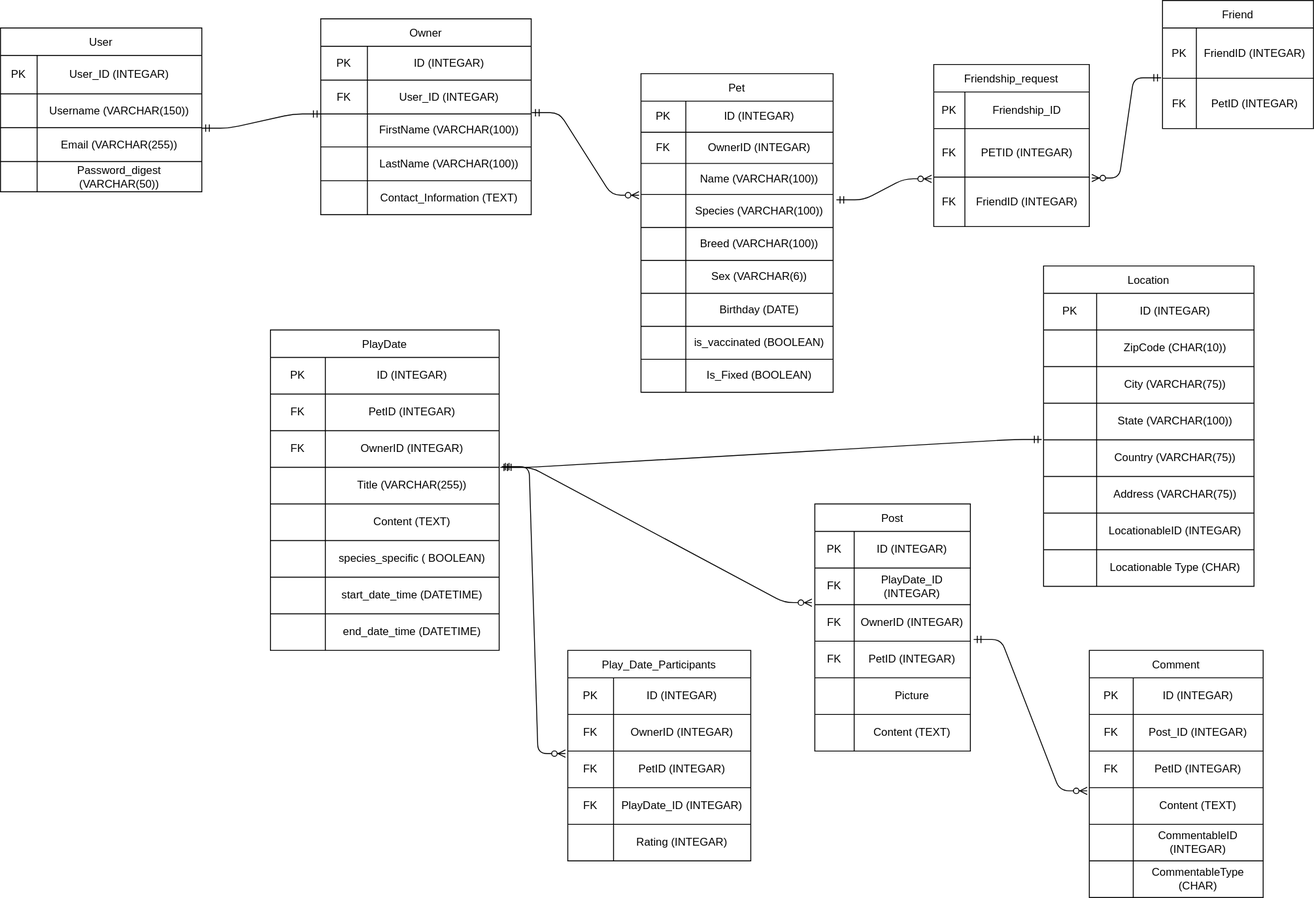
The draw.io diagram project.drawio.svg in Topaz712/pet_project_erd, before a commit. Source tidied: cells renumbered, new cells last; positions are measured from the earlier drawing's top-left corner, leaving out a move shared by most shapes.
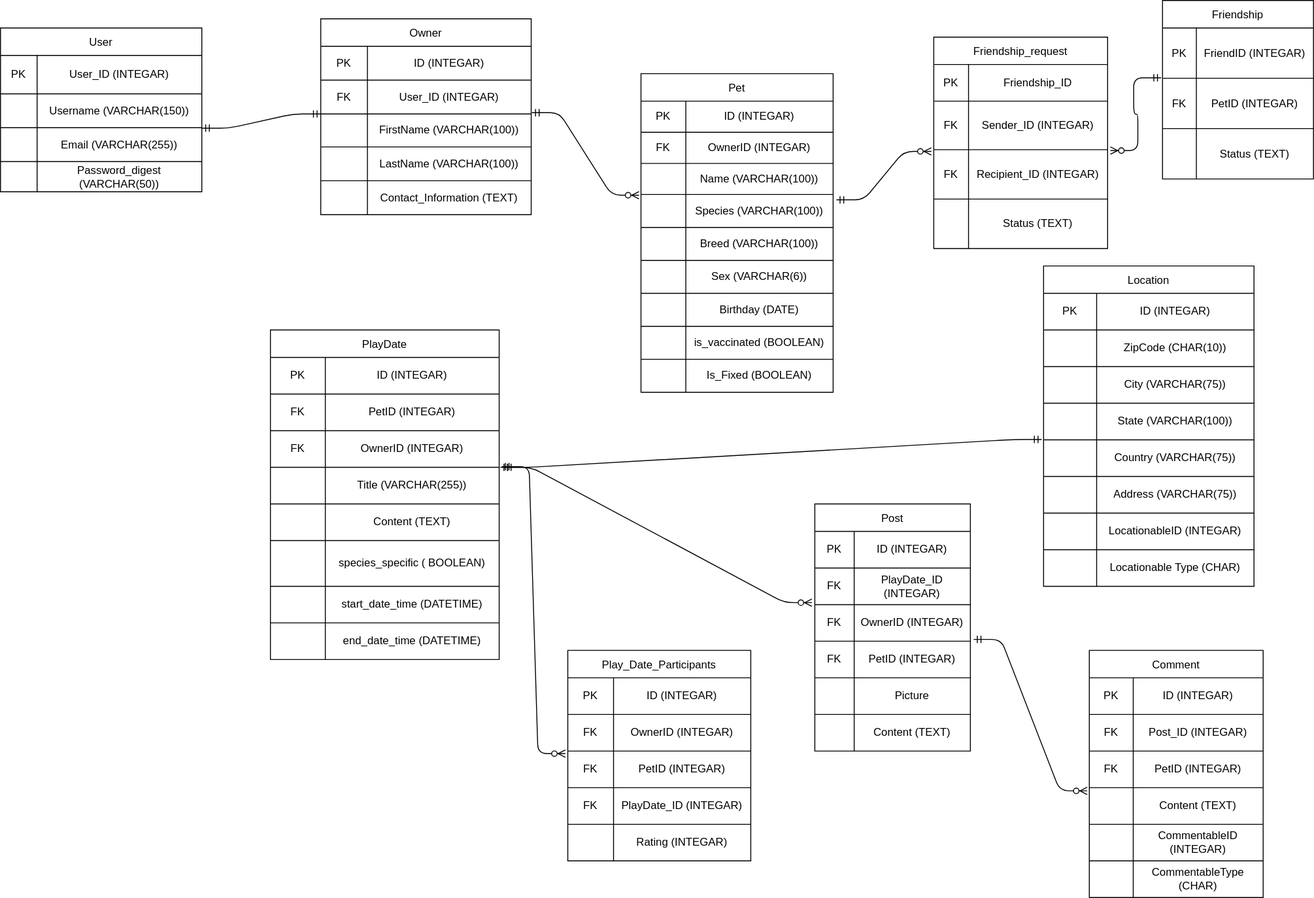
The same file after the commit.

Commit message:
UPDATE: friendship_request and friendship table

What changed in the source:
```diff
@@ -297,7 +297,7 @@
       <mxGeometry x="43" width="127" height="40" as="geometry" />
     </mxCell>
     <mxCell id="100" value="PlayDate" style="shape=table;startSize=30;" parent="1" vertex="1">
-      <mxGeometry x="295" y="360" width="250" height="350" as="geometry" />
+      <mxGeometry x="295" y="360" width="250" height="360" as="geometry" />
     </mxCell>
     <mxCell id="101" style="shape=tableRow;horizontal=0;startSize=0;swimlaneHead=0;swimlaneBody=0;top=0;left=0;bottom=0;right=0;fillColor=none;" parent="100" vertex="1">
       <mxGeometry y="30" width="250" height="40" as="geometry" />
@@ -345,16 +345,16 @@
       <mxGeometry x="60" width="190" height="40" as="geometry" />
     </mxCell>
     <mxCell id="116" style="shape=tableRow;horizontal=0;startSize=0;swimlaneHead=0;swimlaneBody=0;top=0;left=0;bottom=0;right=0;fillColor=none;" parent="100" vertex="1">
-      <mxGeometry y="230" width="250" height="40" as="geometry" />
+      <mxGeometry y="230" width="250" height="50" as="geometry" />
     </mxCell>
     <mxCell id="117" style="shape=partialRectangle;html=1;whiteSpace=wrap;overflow=hidden;fillColor=none;top=0;left=0;bottom=0;right=0;" parent="116" vertex="1">
-      <mxGeometry width="60" height="40" as="geometry" />
+      <mxGeometry width="60" height="50" as="geometry" />
     </mxCell>
     <mxCell id="118" value="species_specific ( BOOLEAN)" style="shape=partialRectangle;html=1;whiteSpace=wrap;overflow=hidden;fillColor=none;top=0;left=0;bottom=0;right=0;" parent="116" vertex="1">
-      <mxGeometry x="60" width="190" height="40" as="geometry" />
+      <mxGeometry x="60" width="190" height="50" as="geometry" />
     </mxCell>
     <mxCell id="119" style="shape=tableRow;horizontal=0;startSize=0;swimlaneHead=0;swimlaneBody=0;top=0;left=0;bottom=0;right=0;fillColor=none;" parent="100" vertex="1">
-      <mxGeometry y="270" width="250" height="40" as="geometry" />
+      <mxGeometry y="280" width="250" height="40" as="geometry" />
     </mxCell>
     <mxCell id="120" style="shape=partialRectangle;html=1;whiteSpace=wrap;overflow=hidden;fillColor=none;top=0;left=0;bottom=0;right=0;" parent="119" vertex="1">
       <mxGeometry width="60" height="40" as="geometry" />
@@ -363,7 +363,7 @@
       <mxGeometry x="60" width="190" height="40" as="geometry" />
     </mxCell>
     <mxCell id="122" style="shape=tableRow;horizontal=0;startSize=0;swimlaneHead=0;swimlaneBody=0;top=0;left=0;bottom=0;right=0;fillColor=none;" parent="100" vertex="1">
-      <mxGeometry y="310" width="250" height="40" as="geometry" />
+      <mxGeometry y="320" width="250" height="40" as="geometry" />
     </mxCell>
     <mxCell id="123" style="shape=partialRectangle;html=1;whiteSpace=wrap;overflow=hidden;fillColor=none;top=0;left=0;bottom=0;right=0;" parent="122" vertex="1">
       <mxGeometry width="60" height="40" as="geometry" />
@@ -458,8 +458,8 @@
     <mxCell id="153" style="edgeStyle=entityRelationEdgeStyle;fontSize=12;html=1;endArrow=ERmandOne;startArrow=ERmandOne;entryX=-0.009;entryY=-0.01;entryDx=0;entryDy=0;entryPerimeter=0;exitX=1.005;exitY=0.003;exitDx=0;exitDy=0;exitPerimeter=0;" parent="1" edge="1" source="110" target="138">
       <mxGeometry relative="1" as="geometry" />
     </mxCell>
-    <mxCell id="154" value="Friend" style="shape=table;startSize=30;" parent="1" vertex="1">
-      <mxGeometry x="1270" width="165" height="140" as="geometry" />
+    <mxCell id="154" value="Friendship" style="shape=table;startSize=30;" parent="1" vertex="1">
+      <mxGeometry x="1270" width="165" height="195" as="geometry" />
     </mxCell>
     <mxCell id="155" style="shape=tableRow;horizontal=0;startSize=0;swimlaneHead=0;swimlaneBody=0;top=0;left=0;bottom=0;right=0;fillColor=none;points=[[0,0.5],[1,0.5]];portConstraint=eastwest;" parent="154" vertex="1">
       <mxGeometry y="30" width="165" height="55" as="geometry" />
@@ -479,36 +479,54 @@
     <mxCell id="160" value="PetID (INTEGAR)" style="shape=partialRectangle;html=1;whiteSpace=wrap;overflow=hidden;fillColor=none;top=0;left=0;bottom=0;right=0;" parent="158" vertex="1">
       <mxGeometry x="37" width="128" height="55" as="geometry" />
     </mxCell>
+    <mxCell id="188" style="shape=tableRow;horizontal=0;startSize=0;swimlaneHead=0;swimlaneBody=0;top=0;left=0;bottom=0;right=0;fillColor=none;" parent="154" vertex="1">
+      <mxGeometry y="140" width="165" height="55" as="geometry" />
+    </mxCell>
+    <mxCell id="189" style="shape=partialRectangle;html=1;whiteSpace=wrap;overflow=hidden;fillColor=none;top=0;left=0;bottom=0;right=0;" parent="188" vertex="1">
+      <mxGeometry width="37" height="55" as="geometry" />
+    </mxCell>
+    <mxCell id="190" value="Status (TEXT)" style="shape=partialRectangle;html=1;whiteSpace=wrap;overflow=hidden;fillColor=none;top=0;left=0;bottom=0;right=0;" parent="188" vertex="1">
+      <mxGeometry x="37" width="128" height="55" as="geometry" />
+    </mxCell>
     <mxCell id="161" value="Friendship_request" style="shape=table;startSize=30;" parent="1" vertex="1">
-      <mxGeometry x="1020" y="70" width="170" height="177" as="geometry" />
+      <mxGeometry x="1020" y="40" width="190" height="231" as="geometry" />
     </mxCell>
     <mxCell id="162" style="shape=tableRow;horizontal=0;startSize=0;swimlaneHead=0;swimlaneBody=0;top=0;left=0;bottom=0;right=0;fillColor=none;" parent="161" vertex="1">
-      <mxGeometry y="30" width="170" height="40" as="geometry" />
+      <mxGeometry y="30" width="190" height="40" as="geometry" />
     </mxCell>
     <mxCell id="163" value="PK" style="shape=partialRectangle;html=1;whiteSpace=wrap;overflow=hidden;fillColor=none;top=0;left=0;bottom=0;right=0;" parent="162" vertex="1">
-      <mxGeometry width="34" height="40" as="geometry" />
+      <mxGeometry width="38" height="40" as="geometry" />
     </mxCell>
     <mxCell id="164" value="Friendship_ID" style="shape=partialRectangle;html=1;whiteSpace=wrap;overflow=hidden;fillColor=none;top=0;left=0;bottom=0;right=0;" parent="162" vertex="1">
-      <mxGeometry x="34" width="136" height="40" as="geometry" />
+      <mxGeometry x="38" width="152" height="40" as="geometry" />
     </mxCell>
     <mxCell id="165" style="shape=tableRow;horizontal=0;startSize=0;swimlaneHead=0;swimlaneBody=0;top=0;left=0;bottom=0;right=0;fillColor=none;points=[[0,0.5],[1,0.5]];portConstraint=eastwest;" parent="161" vertex="1">
-      <mxGeometry y="70" width="170" height="53" as="geometry" />
+      <mxGeometry y="70" width="190" height="53" as="geometry" />
     </mxCell>
     <mxCell id="166" value="FK" style="shape=partialRectangle;html=1;whiteSpace=wrap;overflow=hidden;fillColor=none;top=0;left=0;bottom=0;right=0;" parent="165" vertex="1">
-      <mxGeometry width="34" height="53" as="geometry" />
+      <mxGeometry width="38" height="53" as="geometry" />
     </mxCell>
-    <mxCell id="167" value="PETID (INTEGAR)" style="shape=partialRectangle;html=1;whiteSpace=wrap;overflow=hidden;fillColor=none;top=0;left=0;bottom=0;right=0;" parent="165" vertex="1">
-      <mxGeometry x="34" width="136" height="53" as="geometry" />
+    <mxCell id="167" value="Sender_ID (INTEGAR)" style="shape=partialRectangle;html=1;whiteSpace=wrap;overflow=hidden;fillColor=none;top=0;left=0;bottom=0;right=0;" parent="165" vertex="1">
+      <mxGeometry x="38" width="152" height="53" as="geometry" />
     </mxCell>
     <mxCell id="168" style="shape=tableRow;horizontal=0;startSize=0;swimlaneHead=0;swimlaneBody=0;top=0;left=0;bottom=0;right=0;fillColor=none;" parent="161" vertex="1">
-      <mxGeometry y="123" width="170" height="54" as="geometry" />
+      <mxGeometry y="123" width="190" height="54" as="geometry" />
     </mxCell>
     <mxCell id="169" value="FK" style="shape=partialRectangle;html=1;whiteSpace=wrap;overflow=hidden;fillColor=none;top=0;left=0;bottom=0;right=0;" parent="168" vertex="1">
-      <mxGeometry width="34" height="54" as="geometry" />
+      <mxGeometry width="38" height="54" as="geometry" />
     </mxCell>
-    <mxCell id="170" value="FriendID (INTEGAR)" style="shape=partialRectangle;html=1;whiteSpace=wrap;overflow=hidden;fillColor=none;top=0;left=0;bottom=0;right=0;" parent="168" vertex="1">
-      <mxGeometry x="34" width="136" height="54" as="geometry" />
+    <mxCell id="170" value="Recipient_ID (INTEGAR)" style="shape=partialRectangle;html=1;whiteSpace=wrap;overflow=hidden;fillColor=none;top=0;left=0;bottom=0;right=0;" parent="168" vertex="1">
+      <mxGeometry x="38" width="152" height="54" as="geometry" />
     </mxCell>
+    <mxCell id="191" style="shape=tableRow;horizontal=0;startSize=0;swimlaneHead=0;swimlaneBody=0;top=0;left=0;bottom=0;right=0;fillColor=none;" parent="161" vertex="1">
+      <mxGeometry y="177" width="190" height="54" as="geometry" />
+    </mxCell>
+    <mxCell id="192" style="shape=partialRectangle;html=1;whiteSpace=wrap;overflow=hidden;fillColor=none;top=0;left=0;bottom=0;right=0;" parent="191" vertex="1">
+      <mxGeometry width="38" height="54" as="geometry" />
+    </mxCell>
+    <mxCell id="193" value="Status (TEXT)" style="shape=partialRectangle;html=1;whiteSpace=wrap;overflow=hidden;fillColor=none;top=0;left=0;bottom=0;right=0;" parent="191" vertex="1">
+      <mxGeometry x="38" width="152" height="54" as="geometry" />
+    </mxCell>
     <mxCell id="171" style="edgeStyle=entityRelationEdgeStyle;fontSize=12;html=1;endArrow=ERzeroToMany;startArrow=ERmandOne;exitX=1.017;exitY=0.162;exitDx=0;exitDy=0;exitPerimeter=0;entryX=-0.014;entryY=1.035;entryDx=0;entryDy=0;entryPerimeter=0;" parent="1" edge="1" source="28" target="165">
       <mxGeometry relative="1" as="geometry" />
     </mxCell>
```
